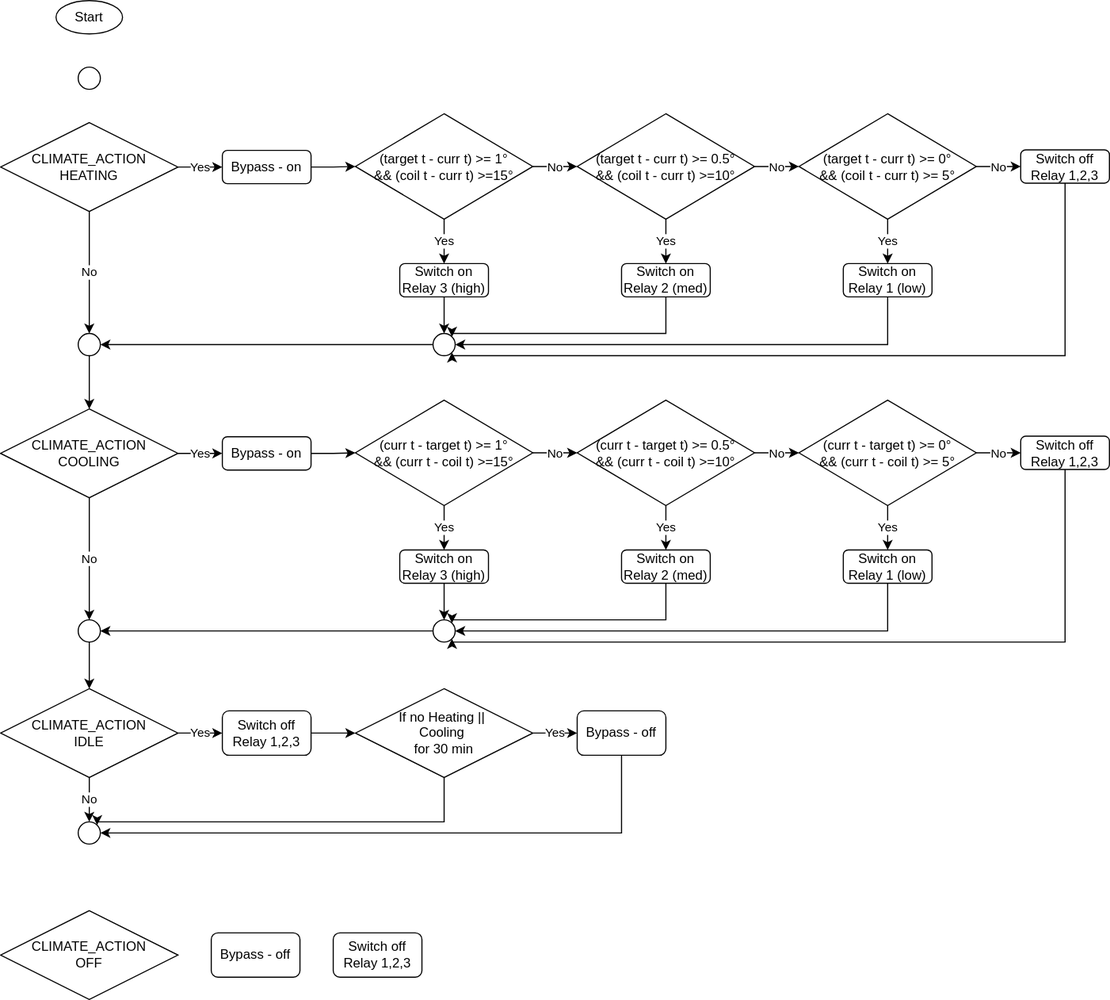
kovandzhiev/home-assistant keeps this draw.io diagram as esphome/diagrams/convector-logic.svg. Above is the earlier version. Source tidied: cells renumbered, new cells last; positions are measured from the earlier drawing's top-left corner, leaving out a move shared by most shapes.
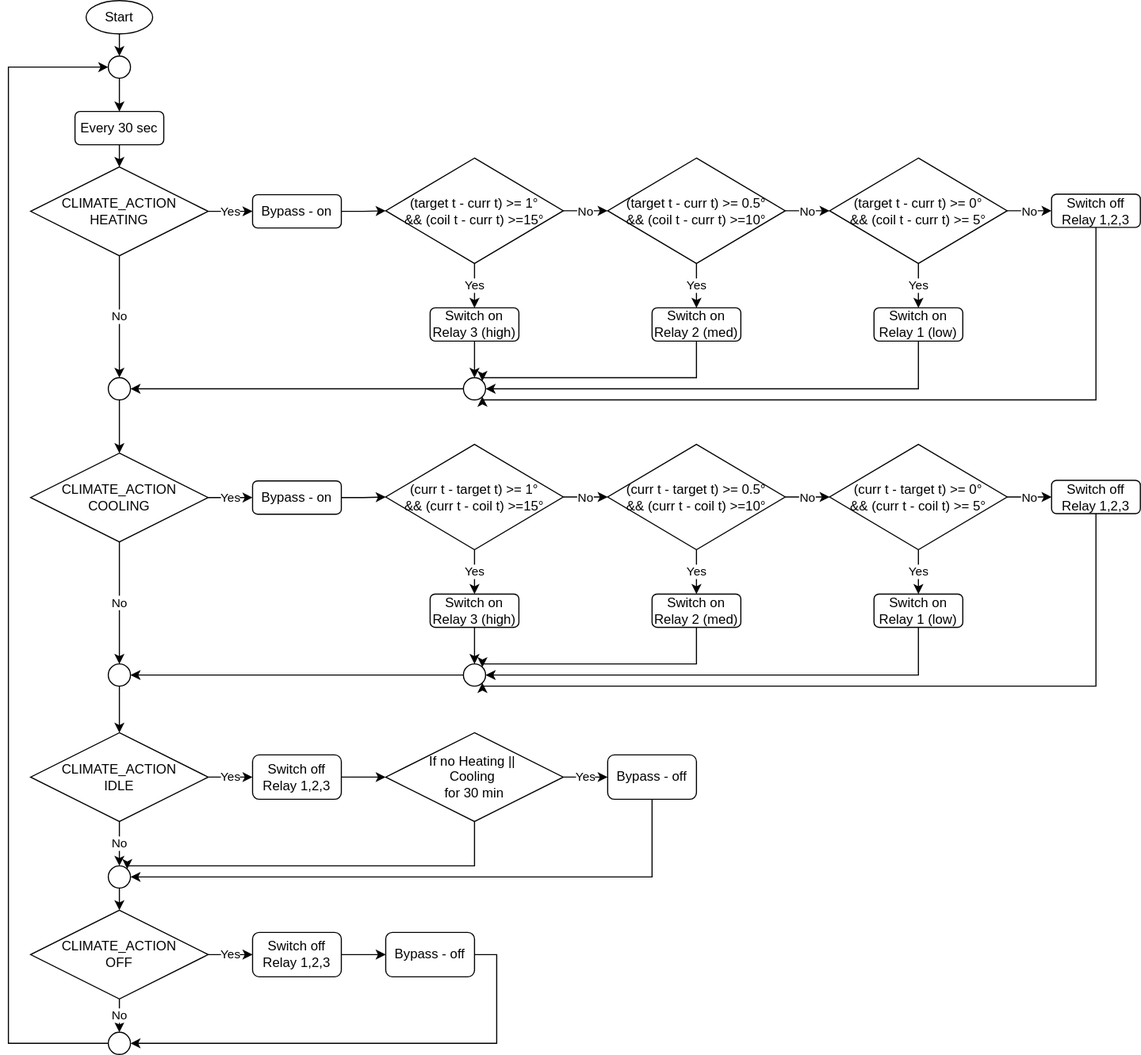
After the commit.

What changed in the source:
```diff
@@ -2,17 +2,32 @@
   <root>
     <mxCell id="0" />
     <mxCell id="1" parent="0" />
+    <mxCell id="70" style="edgeStyle=orthogonalEdgeStyle;rounded=0;jettySize=auto;html=1;exitX=0.5;exitY=1;exitDx=0;exitDy=0;entryX=0.5;entryY=0;entryDx=0;entryDy=0;" parent="1" edge="1" source="2" target="5">
+      <mxGeometry relative="1" as="geometry" />
+    </mxCell>
     <mxCell id="2" value="Start" style="ellipse;whiteSpace=wrap;html=1;" parent="1" vertex="1">
-      <mxGeometry x="50" width="60" height="30" as="geometry" />
+      <mxGeometry x="50" y="-40" width="60" height="30" as="geometry" />
     </mxCell>
+    <mxCell id="71" style="edgeStyle=orthogonalEdgeStyle;rounded=0;jettySize=auto;html=1;exitX=1;exitY=0.5;exitDx=0;exitDy=0;entryX=1;entryY=0.5;entryDx=0;entryDy=0;" parent="1" edge="1" source="3" target="80">
+      <mxGeometry relative="1" as="geometry" />
+    </mxCell>
     <mxCell id="3" value="Bypass - off" style="rounded=1;whiteSpace=wrap;html=1;" parent="1" vertex="1">
-      <mxGeometry x="190" y="840" width="80" height="40" as="geometry" />
+      <mxGeometry x="320" y="800" width="80" height="40" as="geometry" />
     </mxCell>
+    <mxCell id="72" value="Yes" style="edgeStyle=orthogonalEdgeStyle;rounded=0;jettySize=auto;html=1;exitX=1;exitY=0.5;exitDx=0;exitDy=0;entryX=0;entryY=0.5;entryDx=0;entryDy=0;" parent="1" edge="1" source="4" target="32">
+      <mxGeometry relative="1" as="geometry" />
+    </mxCell>
+    <mxCell id="73" value="No" style="edgeStyle=orthogonalEdgeStyle;rounded=0;jettySize=auto;html=1;exitX=0.5;exitY=1;exitDx=0;exitDy=0;entryX=0.5;entryY=0;entryDx=0;entryDy=0;" parent="1" edge="1" source="4" target="80">
+      <mxGeometry relative="1" as="geometry" />
+    </mxCell>
     <mxCell id="4" value="&lt;div&gt;CLIMATE_ACTION&lt;/div&gt;&lt;div&gt;OFF&lt;/div&gt;" style="rhombus;whiteSpace=wrap;html=1;" parent="1" vertex="1">
-      <mxGeometry y="820" width="160" height="80" as="geometry" />
+      <mxGeometry y="780" width="160" height="80" as="geometry" />
     </mxCell>
+    <mxCell id="74" style="edgeStyle=orthogonalEdgeStyle;rounded=0;jettySize=auto;html=1;exitX=0.5;exitY=1;exitDx=0;exitDy=0;entryX=0.5;entryY=0;entryDx=0;entryDy=0;" parent="1" edge="1" source="5" target="78">
+      <mxGeometry relative="1" as="geometry" />
+    </mxCell>
     <mxCell id="5" style="ellipse;whiteSpace=wrap;html=1;" parent="1" vertex="1">
-      <mxGeometry x="70" y="60" width="20" height="20" as="geometry" />
+      <mxGeometry x="70" y="10" width="20" height="20" as="geometry" />
     </mxCell>
     <mxCell id="6" value="Yes" style="edgeStyle=orthogonalEdgeStyle;rounded=0;jettySize=auto;html=1;exitX=1;exitY=0.5;exitDx=0;exitDy=0;entryX=0;entryY=0.5;entryDx=0;entryDy=0;" parent="1" edge="1" source="8" target="10">
       <mxGeometry relative="1" as="geometry" />
@@ -102,8 +117,11 @@
     <mxCell id="31" style="ellipse;whiteSpace=wrap;html=1;" parent="1" vertex="1">
       <mxGeometry x="390" y="300" width="20" height="20" as="geometry" />
     </mxCell>
+    <mxCell id="75" style="edgeStyle=orthogonalEdgeStyle;rounded=0;jettySize=auto;html=1;exitX=1;exitY=0.5;exitDx=0;exitDy=0;" parent="1" edge="1" source="32" target="3">
+      <mxGeometry relative="1" as="geometry" />
+    </mxCell>
     <mxCell id="32" value="&lt;div&gt;Switch off&lt;/div&gt;&lt;div&gt;Relay 1,2,3&lt;/div&gt;" style="rounded=1;whiteSpace=wrap;html=1;" parent="1" vertex="1">
-      <mxGeometry x="300" y="840" width="80" height="40" as="geometry" />
+      <mxGeometry x="200" y="800" width="80" height="40" as="geometry" />
     </mxCell>
     <mxCell id="33" value="Yes" style="edgeStyle=orthogonalEdgeStyle;rounded=0;jettySize=auto;html=1;exitX=1;exitY=0.5;exitDx=0;exitDy=0;entryX=0;entryY=0.5;entryDx=0;entryDy=0;" parent="1" edge="1" source="35" target="37">
       <mxGeometry relative="1" as="geometry" />
@@ -232,8 +250,28 @@
     <mxCell id="68" value="Bypass - off" style="rounded=1;whiteSpace=wrap;html=1;" parent="1" vertex="1">
       <mxGeometry x="520" y="640" width="80" height="40" as="geometry" />
     </mxCell>
+    <mxCell id="76" style="edgeStyle=orthogonalEdgeStyle;rounded=0;jettySize=auto;html=1;exitX=0.5;exitY=1;exitDx=0;exitDy=0;entryX=0.5;entryY=0;entryDx=0;entryDy=0;" parent="1" edge="1" source="69" target="4">
+      <mxGeometry relative="1" as="geometry" />
+    </mxCell>
     <mxCell id="69" style="ellipse;whiteSpace=wrap;html=1;" parent="1" vertex="1">
       <mxGeometry x="70" y="740" width="20" height="20" as="geometry" />
     </mxCell>
+    <mxCell id="77" style="edgeStyle=orthogonalEdgeStyle;rounded=0;jettySize=auto;html=1;exitX=0.5;exitY=1;exitDx=0;exitDy=0;entryX=0.5;entryY=0;entryDx=0;entryDy=0;" parent="1" edge="1" source="78" target="8">
+      <mxGeometry relative="1" as="geometry" />
+    </mxCell>
+    <mxCell id="78" value="Every 30 sec" style="rounded=1;whiteSpace=wrap;html=1;" parent="1" vertex="1">
+      <mxGeometry x="40" y="60" width="80" height="30" as="geometry" />
+    </mxCell>
+    <mxCell id="79" style="edgeStyle=orthogonalEdgeStyle;rounded=0;jettySize=auto;html=1;exitX=0;exitY=0.5;exitDx=0;exitDy=0;entryX=0;entryY=0.5;entryDx=0;entryDy=0;" parent="1" edge="1" source="80" target="5">
+      <mxGeometry relative="1" as="geometry">
+        <Array as="points">
+          <mxPoint x="-20" y="900" />
+          <mxPoint x="-20" y="20" />
+        </Array>
+      </mxGeometry>
+    </mxCell>
+    <mxCell id="80" style="ellipse;whiteSpace=wrap;html=1;" parent="1" vertex="1">
+      <mxGeometry x="70" y="890" width="20" height="20" as="geometry" />
+    </mxCell>
   </root>
 </mxGraphModel>
```
